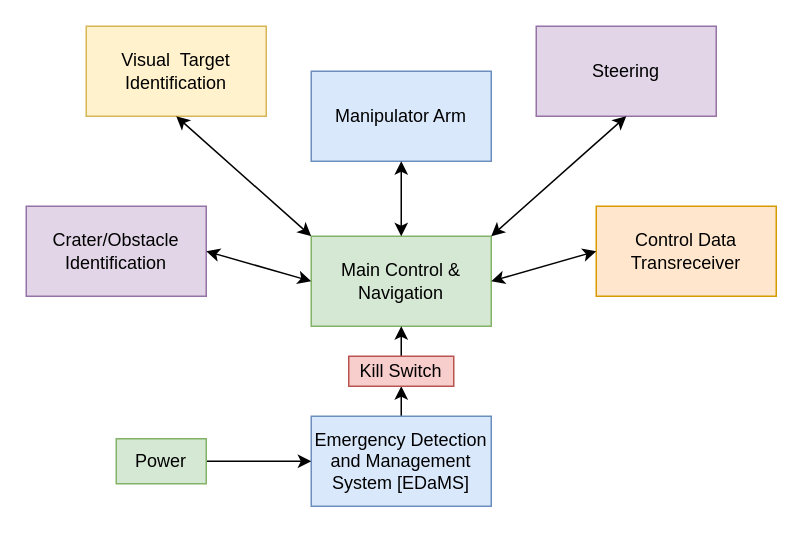
Above: Untitled Diagram.drawio in ShadowWarrior8/ArduinoProj (draw.io), before the change. Source tidied: cells renumbered, new cells numbered last; positions are measured from the earlier drawing's top-left corner, leaving out a move shared by most shapes. Both pictures are drawn from the tidied source at 150%, with x=0, y=0 at pixel (26, 26).
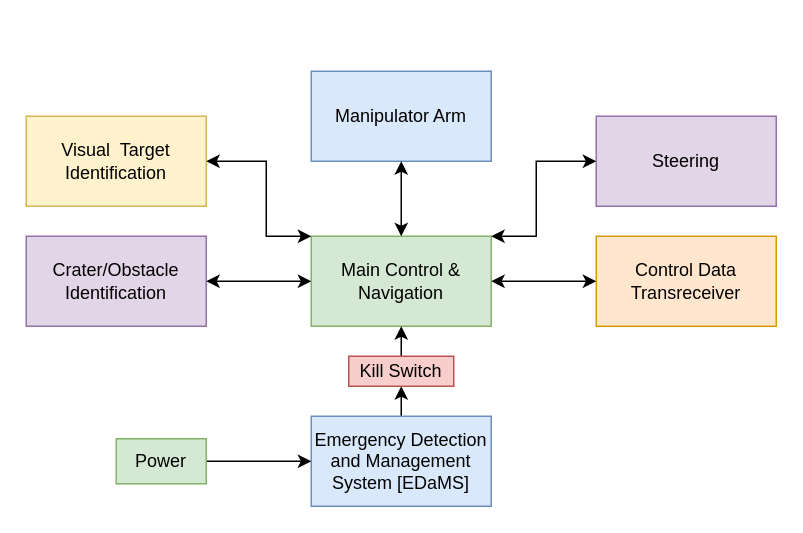
After the change.

Unchanged cells that the change refers to:
```xml
<mxCell id="3" value="Main Control &amp;amp; Navigation" style="rounded=0;whiteSpace=wrap;html=1;fillColor=#d5e8d4;strokeColor=#82b366;" parent="1" vertex="1">
  <mxGeometry x="190" y="140" width="120" height="60" as="geometry" />
</mxCell>
```

What changed in the source:
```diff
@@
-<mxGraphModel>
+<mxGraphModel background="#FFFFFF">
@@
     <mxCell id="4" value="Visual&amp;nbsp; Target Identification" style="rounded=0;whiteSpace=wrap;html=1;fillColor=#fff2cc;strokeColor=#d6b656;" parent="1" vertex="1">
-      <mxGeometry x="40" width="120" height="60" as="geometry" />
+      <mxGeometry y="60" width="120" height="60" as="geometry" />
     </mxCell>
     <mxCell id="5" value="Crater/Obstacle Identification" style="rounded=0;whiteSpace=wrap;html=1;fillColor=#e1d5e7;strokeColor=#9673a6;" parent="1" vertex="1">
-      <mxGeometry y="120" width="120" height="60" as="geometry" />
+      <mxGeometry y="140" width="120" height="60" as="geometry" />
     </mxCell>
     <mxCell id="6" value="Steering" style="rounded=0;whiteSpace=wrap;html=1;fillColor=#e1d5e7;strokeColor=#9673a6;" parent="1" vertex="1">
-      <mxGeometry x="340" width="120" height="60" as="geometry" />
+      <mxGeometry x="380" y="60" width="120" height="60" as="geometry" />
     </mxCell>
     <mxCell id="7" value="Control Data Transreceiver" style="rounded=0;whiteSpace=wrap;html=1;fillColor=#ffe6cc;strokeColor=#d79b00;" parent="1" vertex="1">
-      <mxGeometry x="380" y="120" width="120" height="60" as="geometry" />
+      <mxGeometry x="380" y="140" width="120" height="60" as="geometry" />
     </mxCell>
@@
-    <mxCell id="16" style="endArrow=classic;startArrow=classic;html=1;rounded=0;exitX=1;exitY=0.5;exitDx=0;exitDy=0;entryX=0;entryY=0.5;entryDx=0;entryDy=0;" parent="1" edge="1" source="5" target="3">
-      <mxGeometry relative="1" as="geometry" />
-    </mxCell>
-    <mxCell id="17" style="endArrow=classic;startArrow=classic;html=1;rounded=0;entryX=0.5;entryY=1;entryDx=0;entryDy=0;exitX=0;exitY=0;exitDx=0;exitDy=0;" parent="1" edge="1" source="3" target="4">
-      <mxGeometry relative="1" as="geometry" />
+    <mxCell id="17" style="endArrow=classic;startArrow=classic;html=1;rounded=0;entryX=1;entryY=0.5;entryDx=0;entryDy=0;exitX=0;exitY=0;exitDx=0;exitDy=0;" parent="1" edge="1" source="3" target="4">
+      <mxGeometry relative="1" as="geometry">
+        <Array as="points">
+          <mxPoint x="160" y="140" />
+          <mxPoint x="160" y="90" />
+        </Array>
+      </mxGeometry>
     </mxCell>
-    <mxCell id="18" style="endArrow=classic;startArrow=classic;html=1;rounded=0;entryX=0.5;entryY=1;entryDx=0;entryDy=0;" parent="1" edge="1" target="6">
+    <mxCell id="18" style="endArrow=classic;startArrow=classic;html=1;rounded=0;entryX=0;entryY=0.5;entryDx=0;entryDy=0;" parent="1" edge="1" target="6">
       <mxGeometry relative="1" as="geometry">
         <mxPoint x="310" y="140" as="sourcePoint" />
+        <Array as="points">
+          <mxPoint x="340" y="140" />
+          <mxPoint x="340" y="90" />
+        </Array>
       </mxGeometry>
     </mxCell>
+    <mxCell id="19" style="endArrow=classic;startArrow=classic;html=1;rounded=0;entryX=1;entryY=0.5;entryDx=0;entryDy=0;exitX=0;exitY=0.5;exitDx=0;exitDy=0;" parent="1" edge="1" source="3" target="5">
+      <mxGeometry relative="1" as="geometry" />
+    </mxCell>
```
